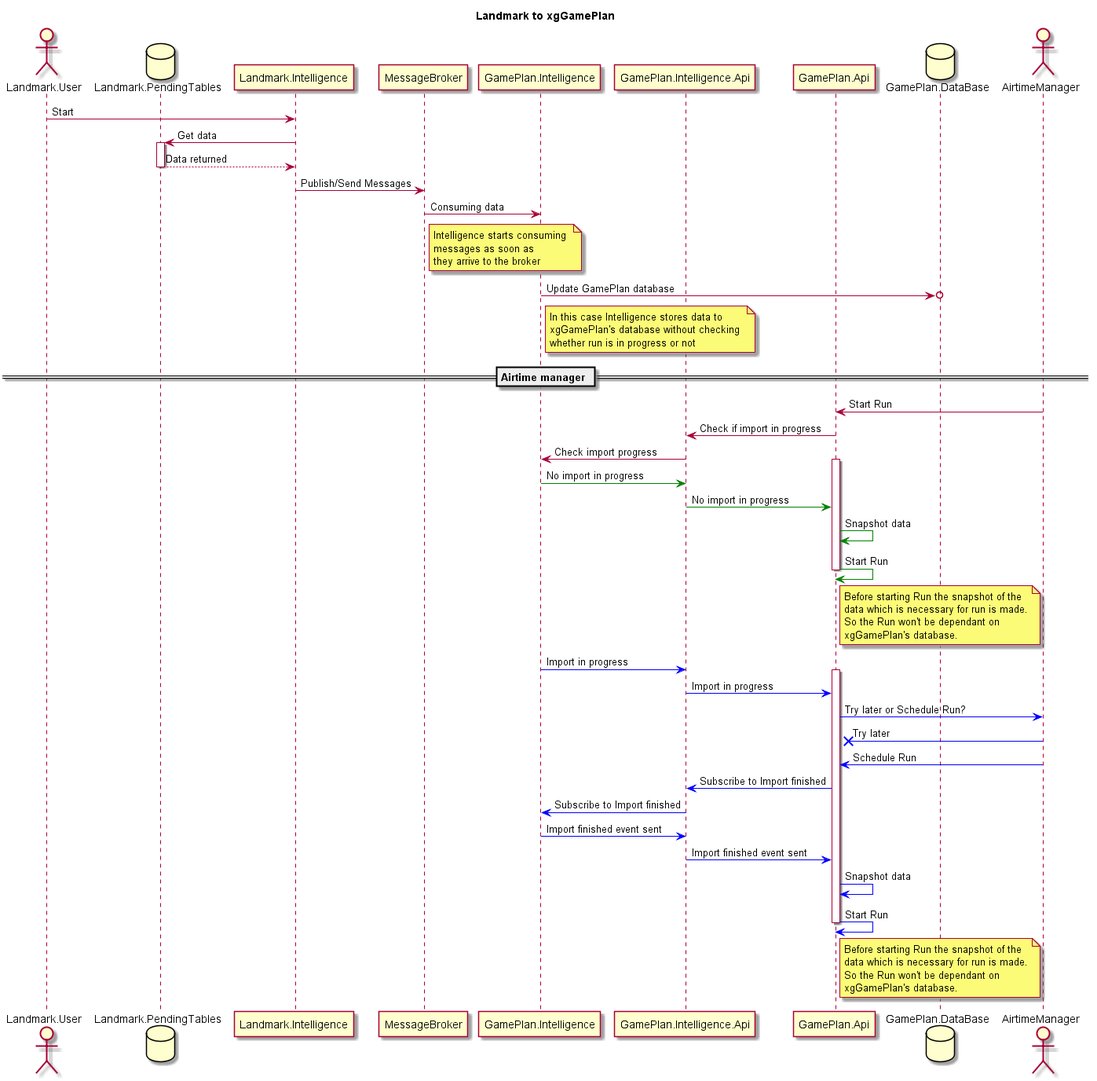
tatokhorava/diagrams keeps this PlantUML diagram as LandmarkIntegration/SnapshotForRun.png. Above is the earlier version.
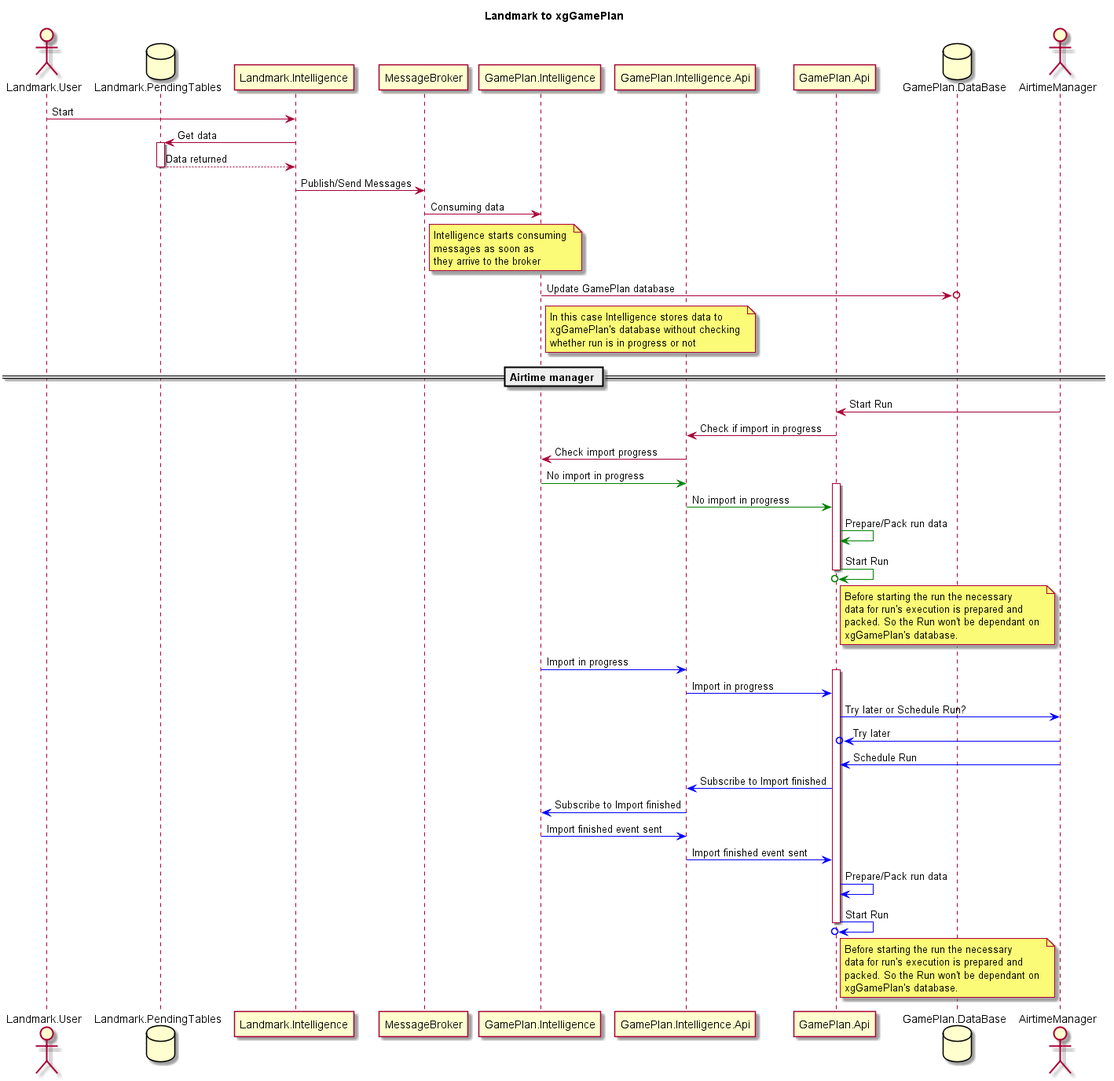
Later version of the same file.

What changed in the source:
```diff
@@ -36,15 +36,16 @@
 AirtimeManager -> GamePlan.Api: Start Run
 GamePlan.Api -> GamePlan.Intelligence.Api: Check if import in progress
 GamePlan.Intelligence.Api -> GamePlan.Intelligence: Check import progress
+
+GamePlan.Intelligence -[#Green]> GamePlan.Intelligence.Api: No import in progress
 activate GamePlan.Api
-GamePlan.Intelligence -[#Green]> GamePlan.Intelligence.Api: No import in progress
 GamePlan.Intelligence.Api -[#Green]> GamePlan.Api: No import in progress
-GamePlan.Api -[#Green]> GamePlan.Api: Snapshot data
-GamePlan.Api -[#Green]> GamePlan.Api: Start Run
+GamePlan.Api -[#Green]> GamePlan.Api: Prepare/Pack run data
+GamePlan.Api -[#Green]>o GamePlan.Api: Start Run
 note right of "GamePlan.Api"
-Before starting Run the snapshot of the
-data which is necessary for run is made.
-So the Run won't be dependant on
+Before starting the run the necessary
+data for run's execution is prepared and
+packed. So the Run won't be dependant on
 xgGamePlan's database.
 end note
 deactivate GamePlan.Api
@@ -54,19 +55,19 @@
 activate GamePlan.Api
 GamePlan.Intelligence.Api -[#Blue]> GamePlan.Api: Import in progress
 GamePlan.Api -[#Blue]> AirtimeManager: Try later or Schedule Run?
-AirtimeManager -[#Blue]>x GamePlan.Api: Try later
+AirtimeManager -[#Blue]>o GamePlan.Api: Try later
 AirtimeManager -[#Blue]> GamePlan.Api: Schedule Run
 GamePlan.Api -[#Blue]> GamePlan.Intelligence.Api: Subscribe to Import finished
 GamePlan.Intelligence.Api -[#Blue]> GamePlan.Intelligence: Subscribe to Import finished
 GamePlan.Intelligence -[#Blue]> GamePlan.Intelligence.Api: Import finished event sent
 
 GamePlan.Intelligence.Api -[#Blue]> GamePlan.Api: Import finished event sent
-GamePlan.Api -[#Blue]> GamePlan.Api: Snapshot data
-GamePlan.Api -[#Blue]> GamePlan.Api: Start Run
+GamePlan.Api -[#Blue]> GamePlan.Api: Prepare/Pack run data
+GamePlan.Api -[#Blue]>o GamePlan.Api: Start Run
 note right of "GamePlan.Api"
-Before starting Run the snapshot of the
-data which is necessary for run is made.
-So the Run won't be dependant on
+Before starting the run the necessary
+data for run's execution is prepared and
+packed. So the Run won't be dependant on
 xgGamePlan's database.
 end note
 deactivate GamePlan.Api
```
